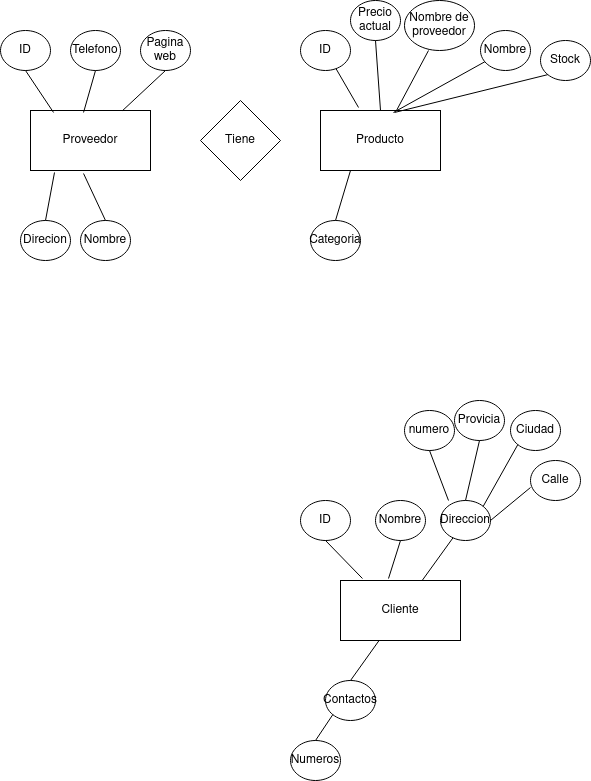
The draw.io diagram Unidad1/Tareas/Tarea1/Diagrama sin título.drawio.png in JVC0/Base-Datos, before a commit. Source tidied: cells renumbered, new cells last; positions are measured from the earlier drawing's top-left corner, leaving out a move shared by most shapes.
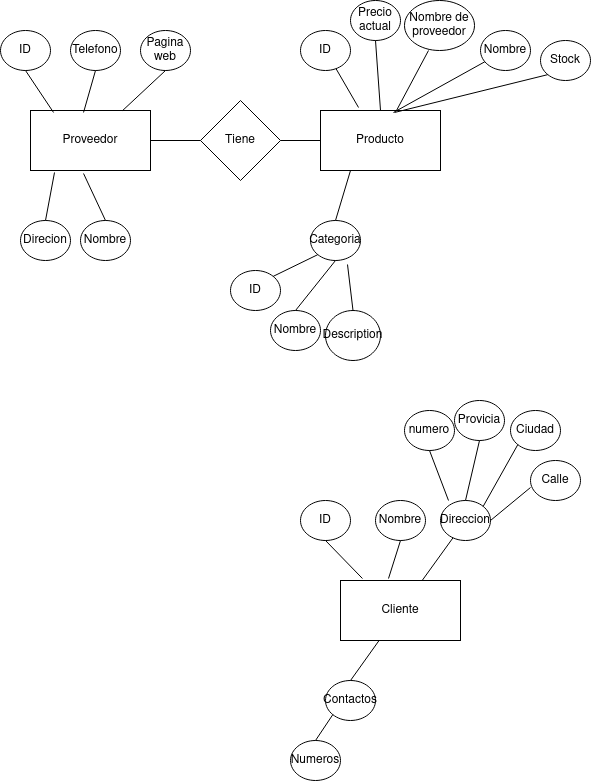
After the change.

Change to the diagram source:
```diff
@@ -134,5 +134,29 @@
     <mxCell id="45" style="endArrow=none;html=1;rounded=0;entryX=0.25;entryY=1;entryDx=0;entryDy=0;exitX=0.5;exitY=0;exitDx=0;exitDy=0;" parent="1" edge="1" source="39" target="13">
       <mxGeometry relative="1" as="geometry" />
     </mxCell>
+    <mxCell id="46" style="endArrow=none;html=1;rounded=0;entryX=1;entryY=0.5;entryDx=0;entryDy=0;exitX=0;exitY=0.5;exitDx=0;exitDy=0;" parent="1" edge="1" source="19" target="2">
+      <mxGeometry relative="1" as="geometry" />
+    </mxCell>
+    <mxCell id="47" style="endArrow=none;html=1;rounded=0;entryX=1;entryY=0.5;entryDx=0;entryDy=0;exitX=0;exitY=0.5;exitDx=0;exitDy=0;" parent="1" edge="1" source="13" target="19">
+      <mxGeometry relative="1" as="geometry" />
+    </mxCell>
+    <mxCell id="48" value="ID" style="ellipse;whiteSpace=wrap;html=1;" parent="1" vertex="1">
+      <mxGeometry x="230" y="270" width="50" height="40" as="geometry" />
+    </mxCell>
+    <mxCell id="49" value="Nombre" style="ellipse;whiteSpace=wrap;html=1;" parent="1" vertex="1">
+      <mxGeometry x="270" y="310" width="50" height="40" as="geometry" />
+    </mxCell>
+    <mxCell id="50" value="Description" style="ellipse;whiteSpace=wrap;html=1;" parent="1" vertex="1">
+      <mxGeometry x="325" y="310" width="55" height="50" as="geometry" />
+    </mxCell>
+    <mxCell id="51" style="endArrow=none;html=1;rounded=0;exitX=1;exitY=0;exitDx=0;exitDy=0;entryX=0;entryY=1;entryDx=0;entryDy=0;" parent="1" edge="1" source="48" target="39">
+      <mxGeometry relative="1" as="geometry" />
+    </mxCell>
+    <mxCell id="52" style="endArrow=none;html=1;rounded=0;exitX=0.5;exitY=0;exitDx=0;exitDy=0;entryX=0.5;entryY=1;entryDx=0;entryDy=0;" parent="1" edge="1" source="49" target="39">
+      <mxGeometry relative="1" as="geometry" />
+    </mxCell>
+    <mxCell id="53" style="endArrow=none;html=1;rounded=0;exitX=0.5;exitY=0;exitDx=0;exitDy=0;entryX=0.74;entryY=1.1;entryDx=0;entryDy=0;entryPerimeter=0;" parent="1" edge="1" source="50" target="39">
+      <mxGeometry relative="1" as="geometry" />
+    </mxCell>
   </root>
 </mxGraphModel>
```
